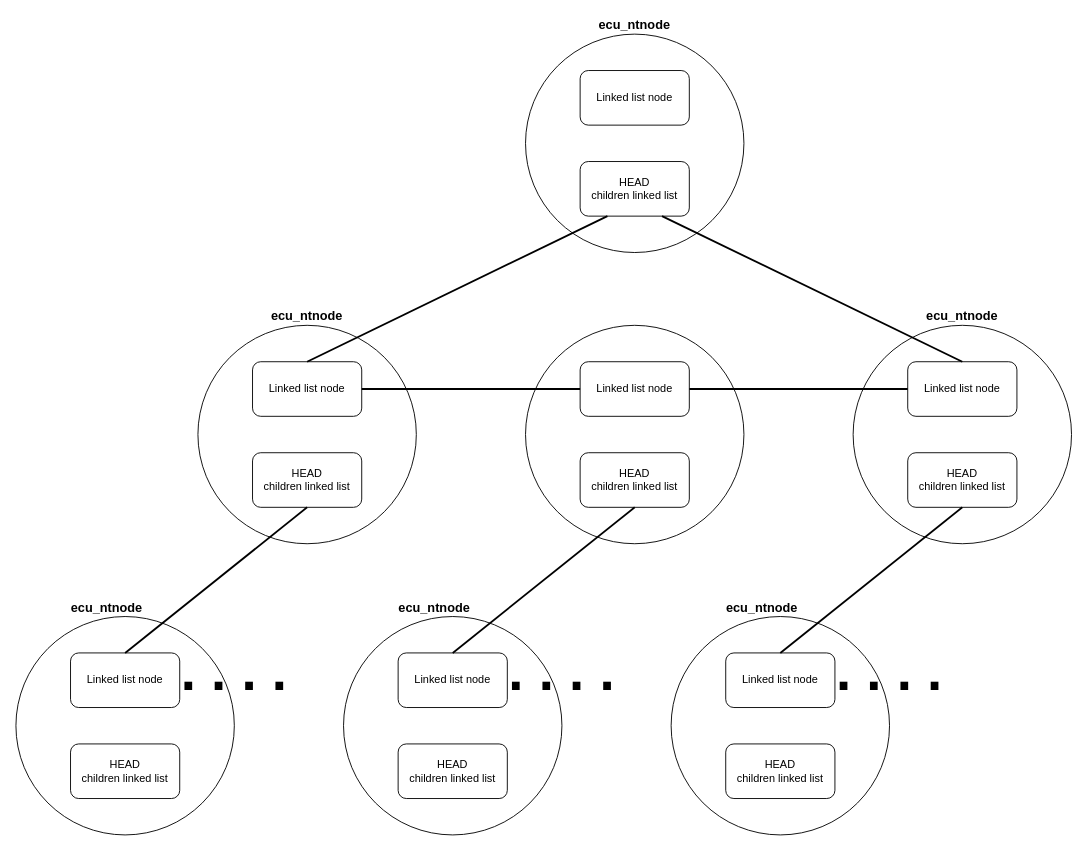
This is page "tree_representation_linked_list" (1 of 36) of doc/images/ntnode/ntnode.drawio from ress059/ecu, a draw.io file, before an edit. Source tidied: cells renumbered, new cells numbered last; positions are measured from the earlier drawing's top-left corner, leaving out a move shared by most shapes. Both pictures are drawn from the tidied source at 91%, with x=0, y=0 at pixel (15, 15).
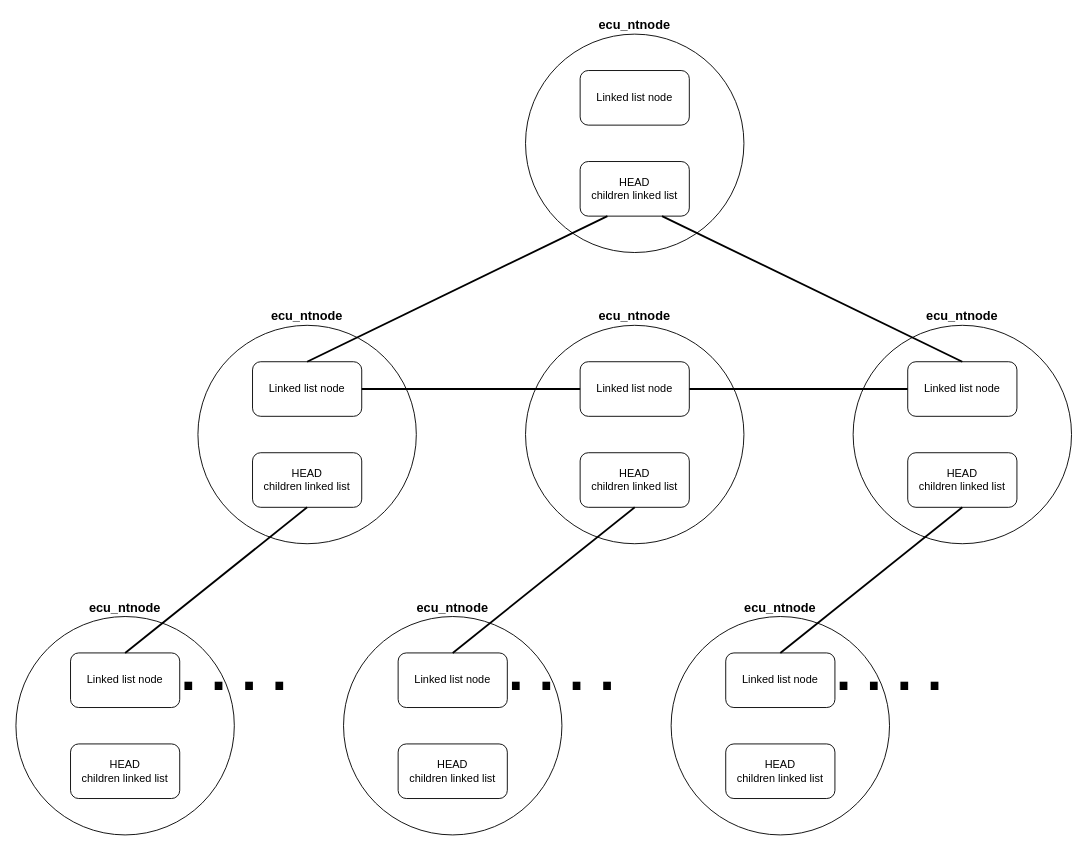
After the change.

Diff of the diagram source:
```diff
@@
     <mxCell id="24" value="&lt;b&gt;&lt;font style=&quot;font-size: 14px;&quot;&gt;ecu_ntnode&lt;/font&gt;&lt;/b&gt;" style="text;html=1;strokeColor=none;fillColor=none;align=center;verticalAlign=middle;whiteSpace=wrap;rounded=0;" parent="1" vertex="1">
-      <mxGeometry x="40" y="640" width="120" height="20" as="geometry" />
+      <mxGeometry x="60" y="640" width="120" height="20" as="geometry" />
     </mxCell>
@@
     <mxCell id="29" value="&lt;b&gt;&lt;font style=&quot;font-size: 14px;&quot;&gt;ecu_ntnode&lt;/font&gt;&lt;/b&gt;" style="text;html=1;strokeColor=none;fillColor=none;align=center;verticalAlign=middle;whiteSpace=wrap;rounded=0;" parent="1" vertex="1">
-      <mxGeometry x="400" y="640" width="120" height="20" as="geometry" />
+      <mxGeometry x="420" y="640" width="120" height="20" as="geometry" />
     </mxCell>
@@
     <mxCell id="36" value="&lt;b&gt;&lt;font style=&quot;font-size: 14px;&quot;&gt;ecu_ntnode&lt;/font&gt;&lt;/b&gt;" style="text;html=1;strokeColor=none;fillColor=none;align=center;verticalAlign=middle;whiteSpace=wrap;rounded=0;" parent="1" vertex="1">
-      <mxGeometry x="760" y="640" width="120" height="20" as="geometry" />
+      <mxGeometry x="780" y="640" width="120" height="20" as="geometry" />
     </mxCell>
@@
+    <mxCell id="39" value="&lt;b&gt;&lt;font style=&quot;font-size: 14px;&quot;&gt;ecu_ntnode&lt;/font&gt;&lt;/b&gt;" style="text;html=1;strokeColor=none;fillColor=none;align=center;verticalAlign=middle;whiteSpace=wrap;rounded=0;" parent="1" vertex="1">
+      <mxGeometry x="620" y="320" width="120" height="20" as="geometry" />
+    </mxCell>
```
